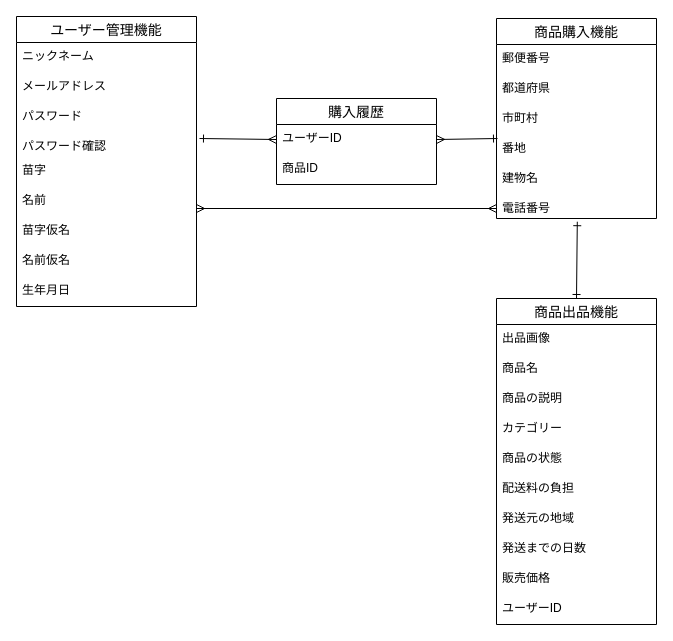
The draw.io diagram TABLE .dio in kou1203/furima-34471, before the edit. Source tidied: cells renumbered, new cells numbered last; positions are measured from the earlier drawing's top-left corner, leaving out a move shared by most shapes. Both pictures are drawn from the tidied source at 100%, with x=0, y=0 at pixel (16, 16).
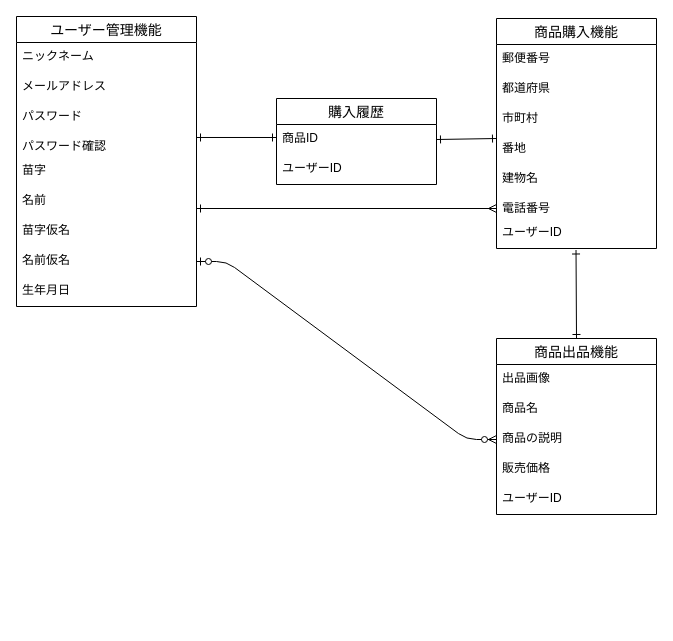
The same page after the edit.

Unchanged cells that the change refers to:
```xml
<mxCell id="6" value="パスワード確認" style="text;strokeColor=none;fillColor=none;spacingLeft=4;spacingRight=4;overflow=hidden;points=[[0,0.5],[1,0.5]];portConstraint=eastwest;fontSize=12;" parent="2" vertex="1">
  <mxGeometry y="116" width="180" height="24" as="geometry" />
</mxCell>
<mxCell id="10" value="名前仮名" style="text;strokeColor=none;fillColor=none;spacingLeft=4;spacingRight=4;overflow=hidden;points=[[0,0.5],[1,0.5]];portConstraint=eastwest;fontSize=12;" parent="2" vertex="1">
  <mxGeometry y="230" width="180" height="30" as="geometry" />
</mxCell>
<mxCell id="18" value="電話番号" style="text;strokeColor=none;fillColor=none;spacingLeft=4;spacingRight=4;overflow=hidden;points=[[0,0.5],[1,0.5]];portConstraint=eastwest;fontSize=12;" parent="12" vertex="1">
  <mxGeometry y="176" width="160" height="24" as="geometry" />
</mxCell>
<mxCell id="22" value="商品の説明" style="text;strokeColor=none;fillColor=none;spacingLeft=4;spacingRight=4;overflow=hidden;points=[[0,0.5],[1,0.5]];portConstraint=eastwest;fontSize=12;" parent="19" vertex="1">
  <mxGeometry y="86" width="160" height="30" as="geometry" />
</mxCell>
<mxCell id="30" value="購入履歴" style="swimlane;fontStyle=0;horizontal=1;startSize=26;align=center;fontSize=14;" parent="1" vertex="1">
  <mxGeometry x="260" y="82" width="160" height="86" as="geometry" />
</mxCell>
```

The edit, as a diff of the source:
```diff
@@
     <mxCell id="12" value="商品購入機能" style="swimlane;fontStyle=0;horizontal=1;startSize=26;align=center;fontSize=14;" parent="1" vertex="1">
-      <mxGeometry x="480" y="2" width="160" height="200" as="geometry" />
+      <mxGeometry x="480" y="2" width="160" height="230" as="geometry" />
     </mxCell>
@@
+    <mxCell id="37" value="ユーザーID" style="text;strokeColor=none;fillColor=none;spacingLeft=4;spacingRight=4;overflow=hidden;points=[[0,0.5],[1,0.5]];portConstraint=eastwest;fontSize=12;" parent="12" vertex="1">
+      <mxGeometry y="200" width="160" height="30" as="geometry" />
+    </mxCell>
     <mxCell id="19" value="商品出品機能" style="swimlane;fontStyle=0;horizontal=1;startSize=26;align=center;fontSize=14;" parent="1" vertex="1">
-      <mxGeometry x="480" y="282" width="160" height="326" as="geometry" />
+      <mxGeometry x="480" y="322" width="160" height="176" as="geometry" />
     </mxCell>
@@
-    <mxCell id="23" value="カテゴリー" style="text;strokeColor=none;fillColor=none;spacingLeft=4;spacingRight=4;overflow=hidden;fontSize=12;" parent="19" vertex="1">
-      <mxGeometry y="116" width="160" height="30" as="geometry" />
-    </mxCell>
-    <mxCell id="24" value="商品の状態" style="text;strokeColor=none;fillColor=none;spacingLeft=4;spacingRight=4;overflow=hidden;fontSize=12;" parent="19" vertex="1">
-      <mxGeometry y="146" width="160" height="30" as="geometry" />
-    </mxCell>
-    <mxCell id="25" value="配送料の負担" style="text;strokeColor=none;fillColor=none;spacingLeft=4;spacingRight=4;overflow=hidden;fontSize=12;" parent="19" vertex="1">
-      <mxGeometry y="176" width="160" height="30" as="geometry" />
-    </mxCell>
-    <mxCell id="26" value="発送元の地域" style="text;strokeColor=none;fillColor=none;spacingLeft=4;spacingRight=4;overflow=hidden;fontSize=12;" parent="19" vertex="1">
-      <mxGeometry y="206" width="160" height="30" as="geometry" />
-    </mxCell>
-    <mxCell id="27" value="発送までの日数" style="text;strokeColor=none;fillColor=none;spacingLeft=4;spacingRight=4;overflow=hidden;fontSize=12;" parent="19" vertex="1">
-      <mxGeometry y="236" width="160" height="30" as="geometry" />
-    </mxCell>
     <mxCell id="28" value="販売価格" style="text;strokeColor=none;fillColor=none;spacingLeft=4;spacingRight=4;overflow=hidden;fontSize=12;" parent="19" vertex="1">
-      <mxGeometry y="266" width="160" height="30" as="geometry" />
+      <mxGeometry y="116" width="160" height="30" as="geometry" />
     </mxCell>
     <mxCell id="29" value="ユーザーID" style="text;strokeColor=none;fillColor=none;spacingLeft=4;spacingRight=4;overflow=hidden;fontSize=12;" parent="19" vertex="1">
-      <mxGeometry y="296" width="160" height="30" as="geometry" />
+      <mxGeometry y="146" width="160" height="30" as="geometry" />
     </mxCell>
@@
+    <mxCell id="32" value="商品ID" style="text;strokeColor=none;fillColor=none;spacingLeft=4;spacingRight=4;overflow=hidden;points=[[0,0.5],[1,0.5]];portConstraint=eastwest;fontSize=12;" parent="30" vertex="1">
+      <mxGeometry y="26" width="160" height="30" as="geometry" />
+    </mxCell>
     <mxCell id="31" value="ユーザーID" style="text;strokeColor=none;fillColor=none;spacingLeft=4;spacingRight=4;overflow=hidden;points=[[0,0.5],[1,0.5]];portConstraint=eastwest;fontSize=12;" parent="30" vertex="1">
-      <mxGeometry y="26" width="160" height="30" as="geometry" />
+      <mxGeometry y="56" width="160" height="30" as="geometry" />
     </mxCell>
-    <mxCell id="32" value="商品ID" style="text;strokeColor=none;fillColor=none;spacingLeft=4;spacingRight=4;overflow=hidden;points=[[0,0.5],[1,0.5]];portConstraint=eastwest;fontSize=12;" parent="30" vertex="1">
-      <mxGeometry y="56" width="160" height="30" as="geometry" />
-    </mxCell>
-    <mxCell id="33" style="endArrow=ERmany;html=1;rounded=0;strokeWidth=1;startArrow=ERone;startFill=0;endFill=0;entryX=0;entryY=0.5;entryDx=0;entryDy=0;" parent="1" edge="1" target="31">
-      <mxGeometry relative="1" as="geometry">
-        <mxPoint x="183" y="122" as="sourcePoint" />
-      </mxGeometry>
-    </mxCell>
-    <mxCell id="34" style="endArrow=ERone;html=1;rounded=0;strokeWidth=1;exitX=1;exitY=0.5;exitDx=0;exitDy=0;startArrow=ERmany;startFill=0;endFill=0;" parent="1" edge="1" source="31">
-      <mxGeometry relative="1" as="geometry">
-        <mxPoint x="481" y="122" as="targetPoint" />
-      </mxGeometry>
-    </mxCell>
-    <mxCell id="35" style="endArrow=ERone;html=1;rounded=0;strokeWidth=1;exitX=0.505;exitY=1.134;exitDx=0;exitDy=0;exitPerimeter=0;entryX=0.5;entryY=0;entryDx=0;entryDy=0;startArrow=ERone;startFill=0;endFill=0;" parent="1" edge="1" source="18" target="19">
+    <mxCell id="35" style="endArrow=ERone;html=1;rounded=0;strokeWidth=1;entryX=0.5;entryY=0;entryDx=0;entryDy=0;startArrow=ERone;startFill=0;endFill=0;exitX=0.497;exitY=1.05;exitDx=0;exitDy=0;exitPerimeter=0;" parent="1" edge="1" source="37" target="19">
       <mxGeometry relative="1" as="geometry" />
     </mxCell>
-    <mxCell id="36" style="endArrow=ERmany;html=1;rounded=0;strokeWidth=1;startArrow=ERmany;startFill=0;endFill=0;" parent="1" edge="1">
+    <mxCell id="36" style="endArrow=ERmany;html=1;rounded=0;strokeWidth=1;startArrow=ERone;startFill=0;endFill=0;" parent="1" edge="1">
       <mxGeometry relative="1" as="geometry">
         <mxPoint x="180" y="192" as="sourcePoint" />
         <mxPoint x="480" y="192" as="targetPoint" />
       </mxGeometry>
     </mxCell>
+    <mxCell id="38" style="endArrow=ERone;html=1;rounded=0;strokeWidth=1;exitX=1;exitY=0.5;exitDx=0;exitDy=0;startArrow=ERone;startFill=0;endFill=0;" parent="1" edge="1" source="32">
+      <mxGeometry relative="1" as="geometry">
+        <mxPoint x="480" y="122" as="targetPoint" />
+      </mxGeometry>
+    </mxCell>
+    <mxCell id="39" style="endArrow=ERone;html=1;rounded=0;strokeWidth=1;exitX=1;exitY=0.208;exitDx=0;exitDy=0;startArrow=ERone;startFill=0;endFill=0;exitPerimeter=0;" parent="1" edge="1" source="6">
+      <mxGeometry relative="1" as="geometry">
+        <mxPoint x="260" y="121" as="targetPoint" />
+      </mxGeometry>
+    </mxCell>
+    <mxCell id="40" style="edgeStyle=entityRelationEdgeStyle;fontSize=12;html=1;endArrow=ERzeroToMany;startArrow=ERzeroToOne;exitX=1;exitY=0.5;exitDx=0;exitDy=0;entryX=0;entryY=0.5;entryDx=0;entryDy=0;" parent="1" edge="1" source="10" target="22">
+      <mxGeometry relative="1" as="geometry" />
+    </mxCell>
```
